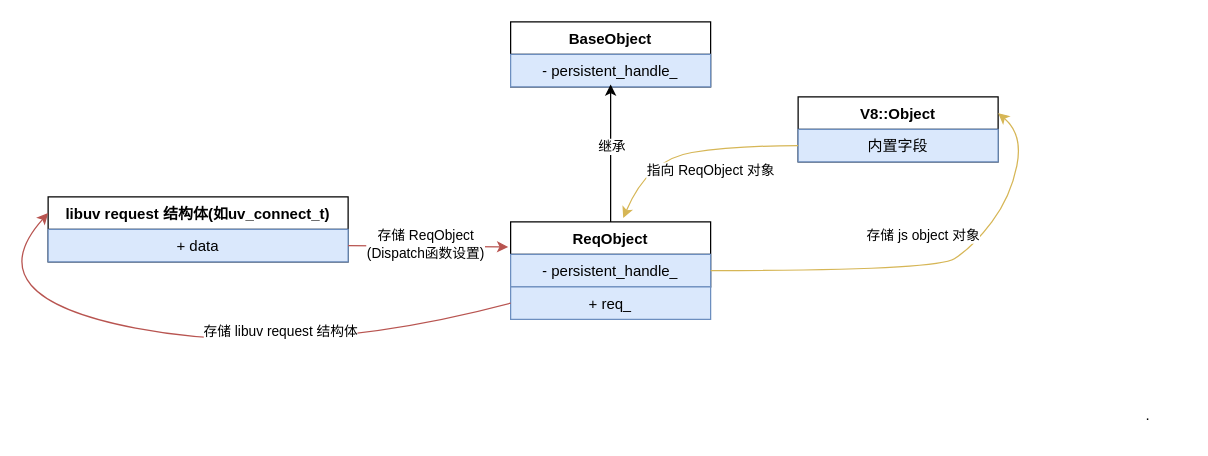
Before: node源码/流程图/Node.js中JS、C++层、libuv的交互/ReqWrap.drawio in sinkhaha/my-study-note, a draw.io diagram. Source tidied: cells renumbered, new cells numbered last; positions are measured from the earlier drawing's top-left corner, leaving out a move shared by most shapes. Both pictures are drawn from the tidied source at 125%, with x=0, y=0 at pixel (-28, 21).
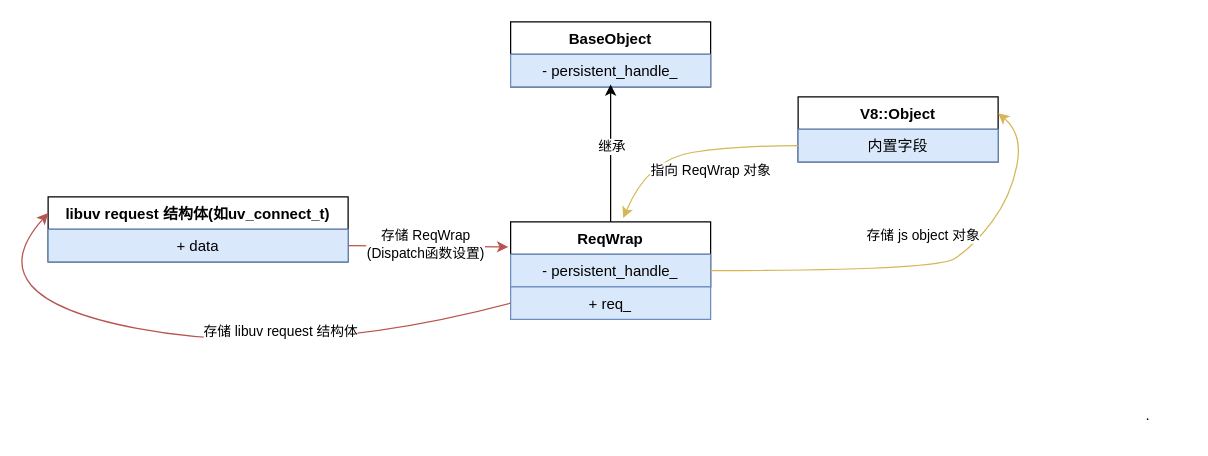
After the change.

Unchanged cells that the change refers to:
```xml
<mxCell id="8" style="curved=1;endArrow=classic;html=1;rounded=0;exitX=0;exitY=0.5;exitDx=0;exitDy=0;entryX=0.563;entryY=-0.058;entryDx=0;entryDy=0;entryPerimeter=0;fillColor=#fff2cc;strokeColor=#d6b656;" parent="1" edge="1" source="5" target="2">
  <mxGeometry relative="1" as="geometry">
    <Array as="points">
      <mxPoint x="610" y="99" />
      <mxPoint x="540" y="110" />
    </Array>
  </mxGeometry>
</mxCell>
<mxCell id="19" style="endArrow=classic;html=1;rounded=0;entryX=-0.012;entryY=0.385;entryDx=0;entryDy=0;exitX=1;exitY=0.75;exitDx=0;exitDy=0;entryPerimeter=0;fillColor=#f8cecc;strokeColor=#b85450;" parent="1" edge="1" source="16" target="2">
  <mxGeometry relative="1" as="geometry" />
</mxCell>
```

Diff of the diagram source:
```diff
@@
-    <mxCell id="2" value="ReqObject" style="swimlane;fontStyle=1;align=center;verticalAlign=top;horizontal=1;startSize=26;whiteSpace=wrap;html=1;" parent="1" vertex="1">
+    <mxCell id="2" value="ReqWrap" style="swimlane;fontStyle=1;align=center;verticalAlign=top;horizontal=1;startSize=26;whiteSpace=wrap;html=1;" parent="1" vertex="1">
       <mxGeometry x="430" y="160" width="160" height="52" as="geometry" />
     </mxCell>
@@
-    <mxCell id="9" value="指向 ReqObject 对象" style="edgeLabel;html=1;align=center;verticalAlign=middle;" parent="8" vertex="1">
+    <mxCell id="9" value="指向 ReqWrap 对象" style="edgeLabel;html=1;align=center;verticalAlign=middle;" parent="8" vertex="1">
       <mxGeometry x="-0.16" y="6" relative="1" as="geometry">
         <mxPoint y="10" as="offset" />
       </mxGeometry>
     </mxCell>
@@
-    <mxCell id="20" value="存储 ReqObject&lt;br&gt;(Dispatch函数设置)" style="edgeLabel;html=1;align=center;verticalAlign=middle;" parent="19" vertex="1">
+    <mxCell id="20" value="存储 ReqWrap&lt;br&gt;(Dispatch函数设置)" style="edgeLabel;html=1;align=center;verticalAlign=middle;" parent="19" vertex="1">
       <mxGeometry x="-0.05" y="2" relative="1" as="geometry" />
     </mxCell>
```
